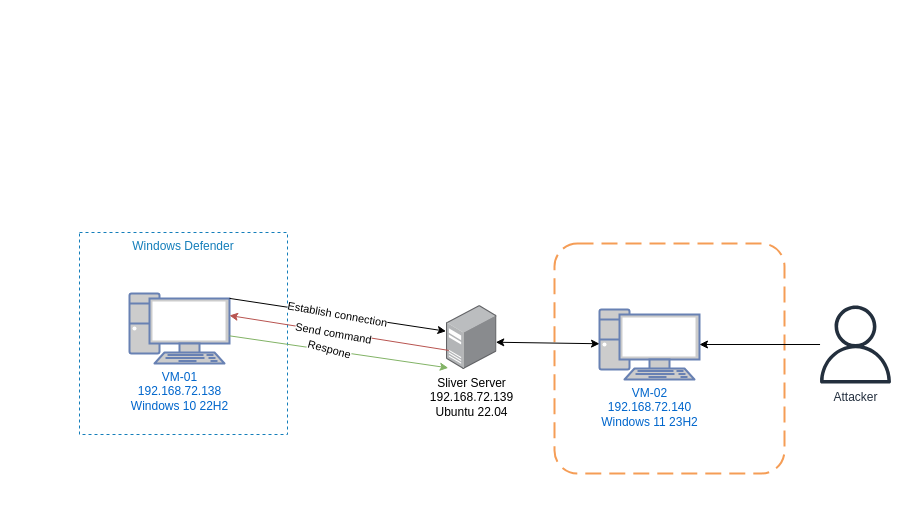
This is page "Demo-Architecture" (2 of 3) of C2_model.drawio from lephuduc/kayumi, a draw.io file, before an edit. Source tidied: cells renumbered, new cells numbered last; positions are measured from the earlier drawing's top-left corner, leaving out a move shared by most shapes. Both pictures are drawn from the tidied source at 100%, with x=0, y=0 at pixel (79, 232). Pictures stored in the file or linked from it are replaced by grey dashed boxes.
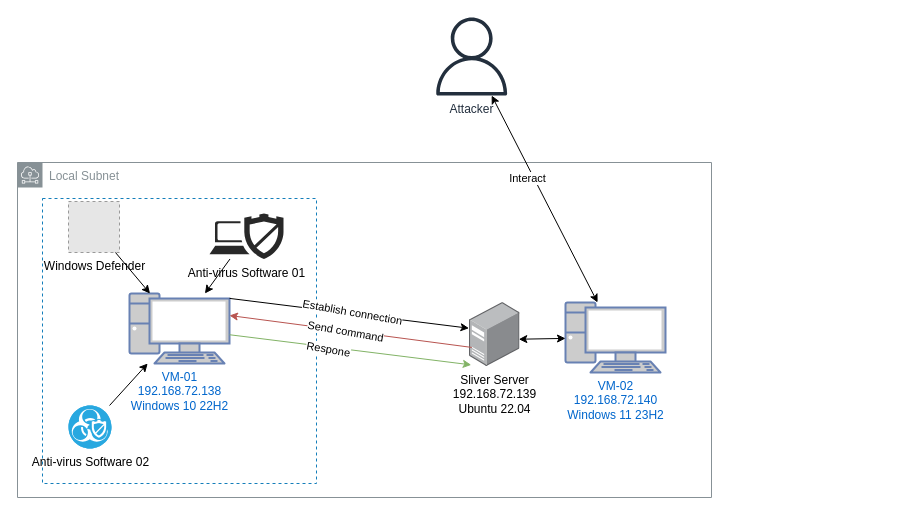
Above is the later version.

Unchanged cells that the change refers to:
```xml
<mxCell id="5" value="VM-01&lt;div&gt;192.168.72.138&lt;/div&gt;&lt;div&gt;Windows 10 22H2&lt;/div&gt;" style="fontColor=#0066CC;verticalAlign=top;verticalLabelPosition=bottom;labelPosition=center;align=center;html=1;outlineConnect=0;fillColor=#CCCCCC;strokeColor=#6881B3;gradientColor=none;gradientDirection=north;strokeWidth=2;shape=mxgraph.networks.pc;" parent="1" vertex="1">
  <mxGeometry x="50" y="61" width="100" height="70" as="geometry" />
</mxCell>
```

The edit, as a diff of the source:
```diff
@@
-    <mxCell id="2" style="rounded=1;arcSize=10;dashed=1;strokeColor=#F59D56;fillColor=none;gradientColor=none;dashPattern=8 4;strokeWidth=2;" parent="1" vertex="1">
-      <mxGeometry x="475" y="11" width="230" height="230" as="geometry" />
-    </mxCell>
-    <mxCell id="3" value="Windows Defender" style="fillColor=none;strokeColor=#147EBA;dashed=1;verticalAlign=top;fontStyle=0;fontColor=#147EBA;whiteSpace=wrap;html=1;" parent="1" vertex="1">
-      <mxGeometry width="208" height="202" as="geometry" />
-    </mxCell>
+    <mxCell id="16" value="Local Subnet" style="sketch=0;gradientColor=none;html=1;whiteSpace=wrap;fontSize=12;fontStyle=0;shape=mxgraph.aws4.group;grIcon=mxgraph.aws4.group_subnet;strokeColor=#879196;fillColor=none;verticalAlign=top;align=left;spacingLeft=30;fontColor=#879196;dashed=0;" parent="1" vertex="1">
+      <mxGeometry x="-62" y="-70" width="694" height="335" as="geometry" />
+    </mxCell>
+    <mxCell id="17" style="fillColor=none;strokeColor=#147EBA;dashed=1;verticalAlign=top;fontStyle=0;fontColor=#147EBA;whiteSpace=wrap;html=1;" parent="1" vertex="1">
+      <mxGeometry x="-37" y="-34" width="274" height="285" as="geometry" />
+    </mxCell>
     <mxCell id="4" value="VM-02&lt;div&gt;192.168.72.140&lt;/div&gt;&lt;div&gt;Windows 11 23H2&lt;/div&gt;" style="fontColor=#0066CC;verticalAlign=top;verticalLabelPosition=bottom;labelPosition=center;align=center;html=1;outlineConnect=0;fillColor=#CCCCCC;strokeColor=#6881B3;gradientColor=none;gradientDirection=north;strokeWidth=2;shape=mxgraph.networks.pc;" parent="1" vertex="1">
-      <mxGeometry x="520" y="77" width="100" height="70" as="geometry" />
+      <mxGeometry x="486" y="70" width="100" height="70" as="geometry" />
     </mxCell>
@@
     <mxCell id="6" value="&lt;div&gt;Sliver Server&lt;/div&gt;&lt;div&gt;192.168.72.139&lt;/div&gt;&lt;div&gt;Ubuntu 22.04&lt;/div&gt;" style="image;points=[];html=1;align=center;shadow=0;dashed=0;image=img/lib/allied_telesis/computer_and_terminals/Server_Desktop.svg;" parent="1" vertex="1">
-      <mxGeometry x="367" y="73" width="50.5" height="64" as="geometry" />
+      <mxGeometry x="390" y="70" width="50.5" height="64" as="geometry" />
     </mxCell>
@@
-    <mxCell id="10" style="edgeStyle=orthogonalEdgeStyle;rounded=0;jettySize=auto;html=1;" parent="1" edge="1" source="11" target="4">
-      <mxGeometry relative="1" as="geometry" />
-    </mxCell>
     <mxCell id="11" value="Attacker" style="sketch=0;outlineConnect=0;fontColor=#232F3E;gradientColor=none;fillColor=#232F3D;strokeColor=none;dashed=0;verticalLabelPosition=bottom;verticalAlign=top;align=center;html=1;fontSize=12;fontStyle=0;shape=mxgraph.aws4.user;" parent="1" vertex="1">
-      <mxGeometry x="737" y="73" width="78" height="78" as="geometry" />
+      <mxGeometry x="353.2" y="-215" width="78" height="78" as="geometry" />
     </mxCell>
@@
+    <mxCell id="18" style="endArrow=classic;startArrow=classic;html=1;rounded=0;" parent="1" edge="1" source="4" target="11">
+      <mxGeometry relative="1" as="geometry" />
+    </mxCell>
+    <mxCell id="19" value="Interact" style="edgeLabel;html=1;align=center;verticalAlign=middle;" parent="18" vertex="1">
+      <mxGeometry x="0.17" y="-1" relative="1" as="geometry">
+        <mxPoint x="-10" y="-3" as="offset" />
+      </mxGeometry>
+    </mxCell>
+    <mxCell id="3" value="Windows Defender" style="fillColor=#E6E6E6;strokeColor=#999999;dashed=1;html=1;verticalAlign=top;verticalLabelPosition=bottom;labelBackgroundColor=#ffffff;" parent="1" vertex="1">
+      <mxGeometry x="-11" y="-31" width="51" height="51" as="geometry" />
+    </mxCell>
+    <mxCell id="20" style="rounded=0;jettySize=auto;html=1;" parent="1" edge="1" source="21" target="5">
+      <mxGeometry relative="1" as="geometry" />
+    </mxCell>
+    <mxCell id="21" value="Anti-virus Software 01" style="verticalLabelPosition=bottom;sketch=0;html=1;fillColor=#282828;strokeColor=none;verticalAlign=top;align=center;shape=mxgraph.cisco_safe.security_icons.antivirus;" parent="1" vertex="1">
+      <mxGeometry x="130" y="-19" width="74" height="45.5" as="geometry" />
+    </mxCell>
+    <mxCell id="22" style="rounded=0;jettySize=auto;html=1;" parent="1" edge="1" source="23" target="5">
+      <mxGeometry relative="1" as="geometry" />
+    </mxCell>
+    <mxCell id="23" value="Anti-virus Software 02" style="fillColor=#28A8E0;verticalLabelPosition=bottom;sketch=0;html=1;strokeColor=#ffffff;verticalAlign=top;align=center;points=[[0.145,0.145,0],[0.5,0,0],[0.855,0.145,0],[1,0.5,0],[0.855,0.855,0],[0.5,1,0],[0.145,0.855,0],[0,0.5,0]];shape=mxgraph.cisco_safe.compositeIcon;bgIcon=ellipse;resIcon=mxgraph.cisco_safe.capability.anti_virus;" parent="1" vertex="1">
+      <mxGeometry x="-11" y="173" width="43" height="43" as="geometry" />
+    </mxCell>
-    <mxCell id="15" value="Respone" style="edgeLabel;html=1;align=center;verticalAlign=middle;rotation=15;" parent="1" vertex="1">
-      <mxGeometry x="250" y="116" as="geometry" />
+    <mxCell id="15" value="Respone" style="edgeLabel;html=1;align=center;verticalAlign=middle;rotation=10;" parent="1" vertex="1">
+      <mxGeometry x="249" y="116" as="geometry" />
     </mxCell>
+    <mxCell id="24" style="endArrow=classic;html=1;rounded=0;" parent="1" edge="1" source="3" target="5">
+      <mxGeometry relative="1" as="geometry" />
+    </mxCell>
```
